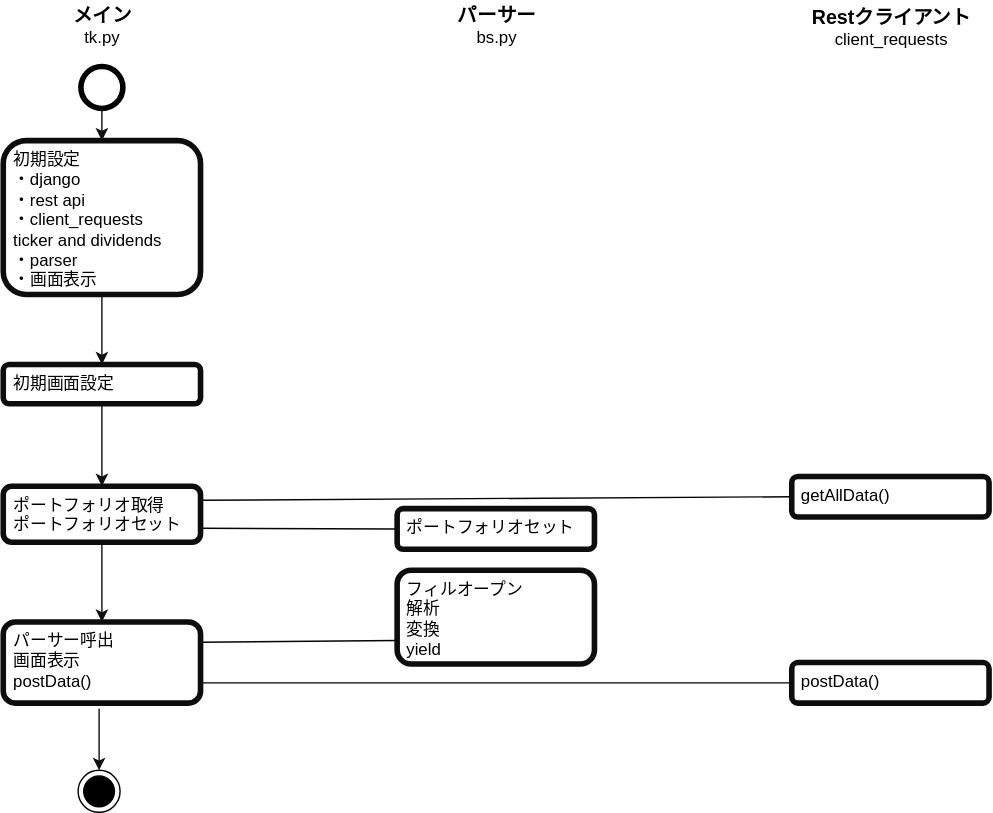
The draw.io diagram docs/activity2.drawio.svg in of3jlmssoo/djangorest-simple-app, before a commit. Source tidied: cells renumbered, new cells last; positions are measured from the earlier drawing's top-left corner, leaving out a move shared by most shapes. The source it was exported from:
```xml
<mxGraphModel background="#ffffff">
  <root>
    <mxCell id="0" />
    <mxCell id="1" parent="0" />
    <mxCell id="2" style="ellipse;html=1;shape=endState;fillColor=#000000;strokeColor=#000000;fontColor=#000000;" parent="1" vertex="1">
      <mxGeometry x="54" y="550" width="30" height="30" as="geometry" />
    </mxCell>
    <mxCell id="3" style="endArrow=none;html=1;exitX=1;exitY=0.25;exitDx=0;exitDy=0;entryX=0;entryY=0.5;entryDx=0;entryDy=0;fontColor=#050505;strokeColor=#050505;" parent="1" edge="1" source="11" target="5">
      <mxGeometry relative="1" as="geometry" />
    </mxCell>
    <mxCell id="4" style="endArrow=none;html=1;exitX=1;exitY=0.75;exitDx=0;exitDy=0;fontColor=#050505;strokeColor=#050505;entryX=0;entryY=0.5;entryDx=0;entryDy=0;" parent="1" edge="1" source="11" target="16">
      <mxGeometry relative="1" as="geometry" />
    </mxCell>
    <mxCell id="5" value="getAllData()" style="rounded=1;whiteSpace=wrap;html=1;strokeColor=#0D0D0D;strokeWidth=4;fillColor=none;fontColor=#000000;align=left;verticalAlign=top;spacingLeft=5;" parent="1" vertex="1">
      <mxGeometry x="564" y="340" width="141" height="29" as="geometry" />
    </mxCell>
    <mxCell id="6" value="postData()" style="rounded=1;whiteSpace=wrap;html=1;strokeColor=#0D0D0D;strokeWidth=4;fillColor=none;fontColor=#000000;align=left;verticalAlign=top;spacingLeft=5;" parent="1" vertex="1">
      <mxGeometry x="564" y="473" width="141" height="29" as="geometry" />
    </mxCell>
    <mxCell id="7" style="ellipse;whiteSpace=wrap;html=1;strokeWidth=4;" parent="1" vertex="1">
      <mxGeometry x="56" y="47" width="30" height="30" as="geometry" />
    </mxCell>
    <mxCell id="8" style="rounded=0;jettySize=auto;html=1;fontColor=#000000;labelBorderColor=#000000;strokeColor=#0F0F0F;exitX=0.5;exitY=1;exitDx=0;exitDy=0;" parent="1" edge="1" source="7" target="9">
      <mxGeometry x="46.5" y="17" as="geometry" />
    </mxCell>
    <mxCell id="9" value="初期設定&lt;br&gt;&lt;span&gt;・django&lt;br&gt;&lt;div&gt;・rest api&lt;/div&gt;&lt;div&gt;・client_requests&lt;br&gt;&amp;nbsp; &amp;nbsp; ticker and dividends&lt;/div&gt;&lt;div&gt;・parser&lt;/div&gt;&lt;div&gt;・画面表示&lt;/div&gt;&lt;/span&gt;" style="rounded=1;whiteSpace=wrap;html=1;strokeColor=#0D0D0D;strokeWidth=4;fillColor=none;fontColor=#000000;align=left;verticalAlign=top;spacingLeft=5;" parent="1" vertex="1">
      <mxGeometry x="0.5" y="100" width="141" height="110" as="geometry" />
    </mxCell>
    <mxCell id="10" value="初期画面設定" style="rounded=1;whiteSpace=wrap;html=1;strokeColor=#0D0D0D;strokeWidth=4;fillColor=none;fontColor=#000000;align=left;verticalAlign=top;spacingLeft=5;" parent="1" vertex="1">
      <mxGeometry x="0.5" y="260" width="141" height="28" as="geometry" />
    </mxCell>
    <mxCell id="11" value="ポートフォリオ取得&lt;br&gt;ポートフォリオセット&lt;br&gt;" style="rounded=1;whiteSpace=wrap;html=1;strokeColor=#0D0D0D;strokeWidth=4;fillColor=none;fontColor=#000000;align=left;verticalAlign=top;spacingLeft=5;" parent="1" vertex="1">
      <mxGeometry x="0.5" y="347" width="141" height="40" as="geometry" />
    </mxCell>
    <mxCell id="12" value="パーサー呼出&lt;br&gt;画面表示&lt;br&gt;postData()" style="rounded=1;whiteSpace=wrap;html=1;strokeColor=#0D0D0D;strokeWidth=4;fillColor=none;fontColor=#000000;align=left;verticalAlign=top;spacingLeft=5;" parent="1" vertex="1">
      <mxGeometry x="0.5" y="444" width="141" height="58" as="geometry" />
    </mxCell>
    <mxCell id="13" style="rounded=0;jettySize=auto;html=1;fontColor=#000000;labelBorderColor=#000000;strokeColor=#0F0F0F;exitX=0.5;exitY=1;exitDx=0;exitDy=0;" parent="1" edge="1" source="9" target="10">
      <mxGeometry x="46.5" y="17" as="geometry" />
    </mxCell>
    <mxCell id="14" style="rounded=0;jettySize=auto;html=1;fontColor=#000000;labelBorderColor=#000000;strokeColor=#0F0F0F;exitX=0.5;exitY=1;exitDx=0;exitDy=0;" parent="1" edge="1" source="10" target="11">
      <mxGeometry x="46.5" y="17" as="geometry" />
    </mxCell>
    <mxCell id="15" style="rounded=0;jettySize=auto;html=1;fontColor=#000000;labelBorderColor=#000000;strokeColor=#0F0F0F;exitX=0.5;exitY=1;exitDx=0;exitDy=0;entryX=0.5;entryY=0;entryDx=0;entryDy=0;" parent="1" edge="1" source="11" target="12">
      <mxGeometry x="46.5" y="31" as="geometry" />
    </mxCell>
    <mxCell id="16" value="ポートフォリオセット" style="rounded=1;whiteSpace=wrap;html=1;strokeColor=#0D0D0D;strokeWidth=4;fillColor=none;fontColor=#000000;align=left;verticalAlign=top;spacingLeft=5;" parent="1" vertex="1">
      <mxGeometry x="282" y="363" width="141" height="29" as="geometry" />
    </mxCell>
    <mxCell id="17" value="フィルオープン&lt;br&gt;解析&lt;br&gt;変換&lt;br&gt;yield" style="rounded=1;whiteSpace=wrap;html=1;strokeColor=#0D0D0D;strokeWidth=4;fillColor=none;fontColor=#000000;align=left;verticalAlign=top;spacingLeft=5;" parent="1" vertex="1">
      <mxGeometry x="282" y="407" width="141" height="67" as="geometry" />
    </mxCell>
    <mxCell id="18" value="メイン" style="text;html=1;align=center;verticalAlign=middle;strokeColor=none;fontColor=#000000;fontSize=14;fontStyle=1;" parent="1" vertex="1">
      <mxGeometry x="45" width="52" height="21" as="geometry" />
    </mxCell>
    <mxCell id="19" value="tk.py" style="text;html=1;align=center;verticalAlign=middle;strokeColor=none;fontColor=#000000;fontSize=12;fontStyle=0;" parent="1" vertex="1">
      <mxGeometry x="53.5" y="18" width="35" height="18" as="geometry" />
    </mxCell>
    <mxCell id="20" value="パーサー" style="text;html=1;align=center;verticalAlign=middle;strokeColor=none;fontColor=#000000;fontSize=14;fontStyle=1;" parent="1" vertex="1">
      <mxGeometry x="319.5" width="66" height="21" as="geometry" />
    </mxCell>
    <mxCell id="21" value="bs.py" style="text;html=1;align=center;verticalAlign=middle;strokeColor=none;fontColor=#000000;fontSize=12;fontStyle=0;" parent="1" vertex="1">
      <mxGeometry x="333" y="18" width="39" height="18" as="geometry" />
    </mxCell>
    <mxCell id="22" value="Restクライアント" style="text;html=1;align=center;verticalAlign=middle;strokeColor=none;fontColor=#000000;fontSize=14;fontStyle=1;" parent="1" vertex="1">
      <mxGeometry x="572.5" y="1" width="124" height="21" as="geometry" />
    </mxCell>
    <mxCell id="23" value="client_requests" style="text;html=1;align=center;verticalAlign=middle;strokeColor=none;fontColor=#000000;fontSize=12;fontStyle=0;" parent="1" vertex="1">
      <mxGeometry x="589" y="19" width="91" height="18" as="geometry" />
    </mxCell>
    <mxCell id="24" style="endArrow=none;html=1;fontColor=#050505;strokeColor=#050505;entryX=0;entryY=0.5;entryDx=0;entryDy=0;exitX=1;exitY=0.75;exitDx=0;exitDy=0;" parent="1" edge="1" source="12" target="6">
      <mxGeometry relative="1" as="geometry" />
    </mxCell>
    <mxCell id="25" style="endArrow=none;html=1;exitX=1;exitY=0.25;exitDx=0;exitDy=0;fontColor=#050505;strokeColor=#050505;entryX=0;entryY=0.75;entryDx=0;entryDy=0;" parent="1" edge="1" source="12" target="17">
      <mxGeometry relative="1" as="geometry" />
    </mxCell>
    <mxCell id="26" style="rounded=0;jettySize=auto;html=1;fontColor=#000000;labelBorderColor=#000000;strokeColor=#0F0F0F;entryX=0.5;entryY=0;entryDx=0;entryDy=0;" parent="1" edge="1" target="2">
      <mxGeometry x="56.5" y="69" as="geometry">
        <mxPoint x="69" y="506" as="sourcePoint" />
      </mxGeometry>
    </mxCell>
  </root>
</mxGraphModel>
```
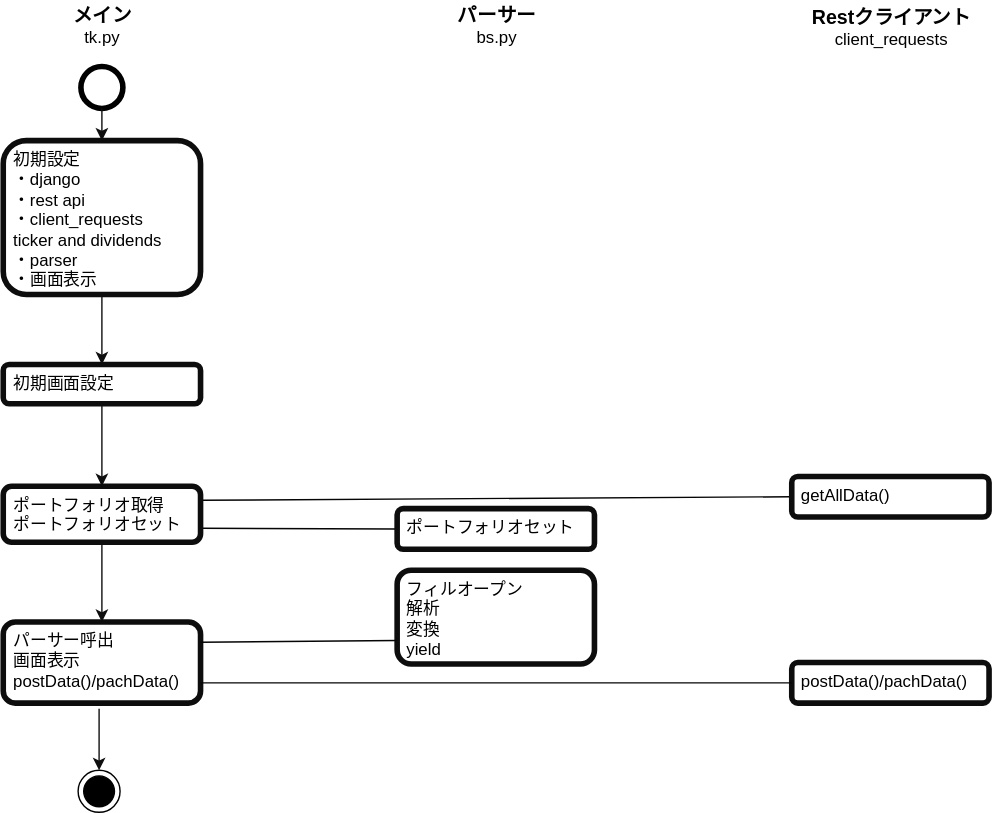
The same diagram one commit later.

What changed in the source:
```diff
@@ -14,7 +14,7 @@
     <mxCell id="5" value="getAllData()" style="rounded=1;whiteSpace=wrap;html=1;strokeColor=#0D0D0D;strokeWidth=4;fillColor=none;fontColor=#000000;align=left;verticalAlign=top;spacingLeft=5;" parent="1" vertex="1">
       <mxGeometry x="564" y="340" width="141" height="29" as="geometry" />
     </mxCell>
-    <mxCell id="6" value="postData()" style="rounded=1;whiteSpace=wrap;html=1;strokeColor=#0D0D0D;strokeWidth=4;fillColor=none;fontColor=#000000;align=left;verticalAlign=top;spacingLeft=5;" parent="1" vertex="1">
+    <mxCell id="6" value="postData()/pachData()" style="rounded=1;whiteSpace=wrap;html=1;strokeColor=#0D0D0D;strokeWidth=4;fillColor=none;fontColor=#000000;align=left;verticalAlign=top;spacingLeft=5;" parent="1" vertex="1">
       <mxGeometry x="564" y="473" width="141" height="29" as="geometry" />
     </mxCell>
     <mxCell id="7" style="ellipse;whiteSpace=wrap;html=1;strokeWidth=4;" parent="1" vertex="1">
@@ -32,7 +32,7 @@
     <mxCell id="11" value="ポートフォリオ取得&lt;br&gt;ポートフォリオセット&lt;br&gt;" style="rounded=1;whiteSpace=wrap;html=1;strokeColor=#0D0D0D;strokeWidth=4;fillColor=none;fontColor=#000000;align=left;verticalAlign=top;spacingLeft=5;" parent="1" vertex="1">
       <mxGeometry x="0.5" y="347" width="141" height="40" as="geometry" />
     </mxCell>
-    <mxCell id="12" value="パーサー呼出&lt;br&gt;画面表示&lt;br&gt;postData()" style="rounded=1;whiteSpace=wrap;html=1;strokeColor=#0D0D0D;strokeWidth=4;fillColor=none;fontColor=#000000;align=left;verticalAlign=top;spacingLeft=5;" parent="1" vertex="1">
+    <mxCell id="12" value="パーサー呼出&lt;br&gt;画面表示&lt;br&gt;postData()/pachData()" style="rounded=1;whiteSpace=wrap;html=1;strokeColor=#0D0D0D;strokeWidth=4;fillColor=none;fontColor=#000000;align=left;verticalAlign=top;spacingLeft=5;" parent="1" vertex="1">
       <mxGeometry x="0.5" y="444" width="141" height="58" as="geometry" />
     </mxCell>
     <mxCell id="13" style="rounded=0;jettySize=auto;html=1;fontColor=#000000;labelBorderColor=#000000;strokeColor=#0F0F0F;exitX=0.5;exitY=1;exitDx=0;exitDy=0;" parent="1" edge="1" source="9" target="10">
```
